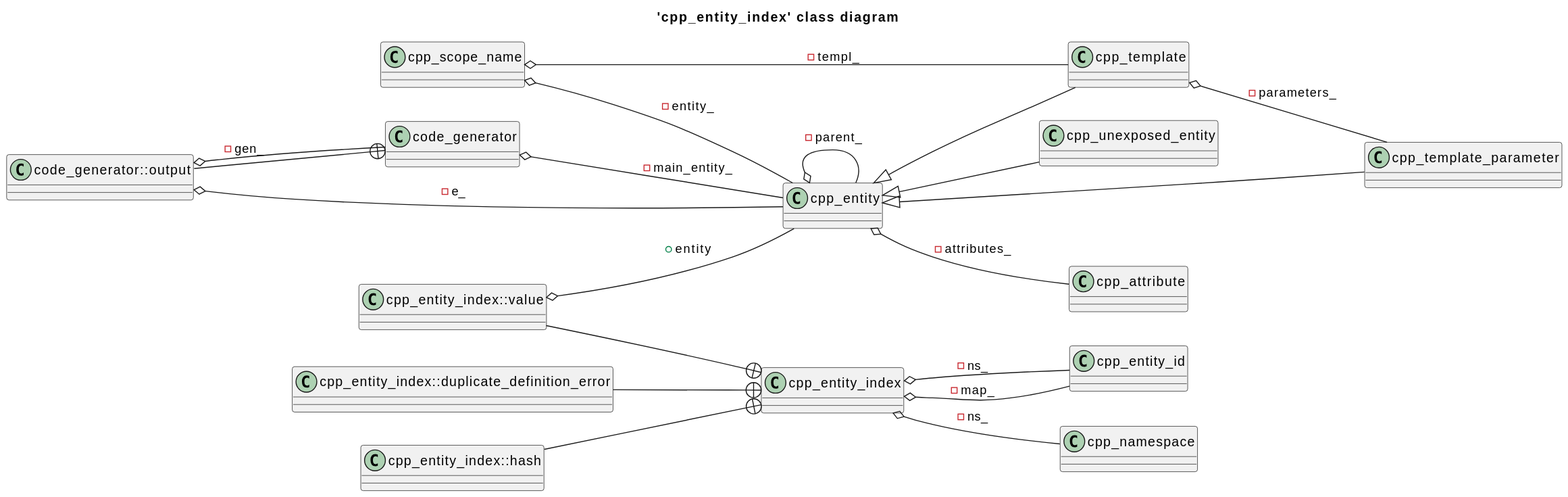
This is cppast/diagrams/cpp_entity_index_class_diagram.svg from bkryza/clang-uml-examples, a PlantUML export, as it was before one commit. Source of this version:
```plantuml
@startuml
title 'cpp_entity_index' class diagram
left to right direction
class "cpp_attribute" as C_0004485257828227364477
class C_0004485257828227364477 [[https://github.com/foonathan/cppast/blob/5329e377ab9b9ab9309e9641f3fcda04366a449a/include/cppast/cpp_attribute.hpp#L42{cpp_attribute}]] {
__
}
class "cpp_scope_name" as C_0013528989159768861052
class C_0013528989159768861052 [[https://github.com/foonathan/cppast/blob/5329e377ab9b9ab9309e9641f3fcda04366a449a/include/cppast/cpp_entity.hpp#L22{cpp_scope_name}]] {
__
}
class "cpp_entity" as C_0014837562978658247224
class C_0014837562978658247224 [[https://github.com/foonathan/cppast/blob/5329e377ab9b9ab9309e9641f3fcda04366a449a/include/cppast/cpp_entity.hpp#L47{cpp_entity}]] {
__
}
class "cpp_unexposed_entity" as C_0011598861676029238614
class C_0011598861676029238614 [[https://github.com/foonathan/cppast/blob/5329e377ab9b9ab9309e9641f3fcda04366a449a/include/cppast/cpp_entity.hpp#L187{cpp_unexposed_entity}]] {
__
}
class "cpp_entity_id" as C_0009218756409310628439
class C_0009218756409310628439 [[https://github.com/foonathan/cppast/blob/5329e377ab9b9ab9309e9641f3fcda04366a449a/include/cppast/cpp_entity_index.hpp#L38{cpp_entity_id}]] {
__
}
class "cpp_entity_index" as C_0015917849809320296332
class C_0015917849809320296332 [[https://github.com/foonathan/cppast/blob/5329e377ab9b9ab9309e9641f3fcda04366a449a/include/cppast/cpp_entity_index.hpp#L58{cpp_entity_index}]] {
__
}
class "cpp_entity_index::duplicate_definition_error" as C_0015916253088811816967
class C_0015916253088811816967 [[https://github.com/foonathan/cppast/blob/5329e377ab9b9ab9309e9641f3fcda04366a449a/include/cppast/cpp_entity_index.hpp#L62{cpp_entity_index::duplicate_definition_error}]] {
__
}
class "cpp_entity_index::hash" as C_0005075454191225961157
class C_0005075454191225961157 [[https://github.com/foonathan/cppast/blob/5329e377ab9b9ab9309e9641f3fcda04366a449a/include/cppast/cpp_entity_index.hpp#L116{cpp_entity_index::hash}]] {
__
}
class "cpp_entity_index::value" as C_0015347669116277710106
class C_0015347669116277710106 [[https://github.com/foonathan/cppast/blob/5329e377ab9b9ab9309e9641f3fcda04366a449a/include/cppast/cpp_entity_index.hpp#L124{cpp_entity_index::value}]] {
__
}
class "code_generator" as C_0005317930743773681966
class C_0005317930743773681966 [[https://github.com/foonathan/cppast/blob/5329e377ab9b9ab9309e9641f3fcda04366a449a/include/cppast/code_generator.hpp#L142{code_generator}]] {
__
}
class "code_generator::output" as C_0001539461946534932835
class C_0001539461946534932835 [[https://github.com/foonathan/cppast/blob/5329e377ab9b9ab9309e9641f3fcda04366a449a/include/cppast/code_generator.hpp#L168{code_generator::output}]] {
__
}
class "cpp_template_parameter" as C_0009267542389196346145
class C_0009267542389196346145 [[https://github.com/foonathan/cppast/blob/5329e377ab9b9ab9309e9641f3fcda04366a449a/include/cppast/cpp_template_parameter.hpp#L17{cpp_template_parameter}]] {
__
}
class "cpp_template" as C_0000056978405368650305
class C_0000056978405368650305 [[https://github.com/foonathan/cppast/blob/5329e377ab9b9ab9309e9641f3fcda04366a449a/include/cppast/cpp_template.hpp#L21{cpp_template}]] {
__
}
class "cpp_namespace" as C_0010549045533069850854
class C_0010549045533069850854 [[https://github.com/foonathan/cppast/blob/5329e377ab9b9ab9309e9641f3fcda04366a449a/include/cppast/cppast_fwd.hpp#L55{cpp_namespace}]] {
__
}
C_0013528989159768861052 o-- C_0014837562978658247224 [[https://github.com/foonathan/cppast/blob/5329e377ab9b9ab9309e9641f3fcda04366a449a/include/cppast/cpp_entity.hpp#L42{entity_}]] : -entity_
C_0013528989159768861052 o-- C_0000056978405368650305 [[https://github.com/foonathan/cppast/blob/5329e377ab9b9ab9309e9641f3fcda04366a449a/include/cppast/cpp_entity.hpp#L43{templ_}]] : -templ_
C_0014837562978658247224 o-- C_0004485257828227364477 [[https://github.com/foonathan/cppast/blob/5329e377ab9b9ab9309e9641f3fcda04366a449a/include/cppast/cpp_entity.hpp#L175{attributes_}]] : -attributes_
C_0014837562978658247224 o-- C_0014837562978658247224 [[https://github.com/foonathan/cppast/blob/5329e377ab9b9ab9309e9641f3fcda04366a449a/include/cppast/cpp_entity.hpp#L176{parent_}]] : -parent_
C_0014837562978658247224 <|-- C_0011598861676029238614
C_0015917849809320296332 o-- C_0009218756409310628439 [[https://github.com/foonathan/cppast/blob/5329e377ab9b9ab9309e9641f3fcda04366a449a/include/cppast/cpp_entity_index.hpp#L135{map_}]] : -map_
C_0015917849809320296332 o-- C_0009218756409310628439 [[https://github.com/foonathan/cppast/blob/5329e377ab9b9ab9309e9641f3fcda04366a449a/include/cppast/cpp_entity_index.hpp#L138{ns_}]] : -ns_
C_0015917849809320296332 o-- C_0010549045533069850854 [[https://github.com/foonathan/cppast/blob/5329e377ab9b9ab9309e9641f3fcda04366a449a/include/cppast/cpp_entity_index.hpp#L138{ns_}]] : -ns_
C_0015916253088811816967 --+ C_0015917849809320296332
C_0005075454191225961157 --+ C_0015917849809320296332
C_0015347669116277710106 --+ C_0015917849809320296332
C_0015347669116277710106 o-- C_0014837562978658247224 [[https://github.com/foonathan/cppast/blob/5329e377ab9b9ab9309e9641f3fcda04366a449a/include/cppast/cpp_entity_index.hpp#L126{entity}]] : +entity
C_0005317930743773681966 o-- C_0014837562978658247224 [[https://github.com/foonathan/cppast/blob/5329e377ab9b9ab9309e9641f3fcda04366a449a/include/cppast/code_generator.hpp#L509{main_entity_}]] : -main_entity_
C_0001539461946534932835 --+ C_0005317930743773681966
C_0001539461946534932835 o-- C_0005317930743773681966 [[https://github.com/foonathan/cppast/blob/5329e377ab9b9ab9309e9641f3fcda04366a449a/include/cppast/code_generator.hpp#L355{gen_}]] : -gen_
C_0001539461946534932835 o-- C_0014837562978658247224 [[https://github.com/foonathan/cppast/blob/5329e377ab9b9ab9309e9641f3fcda04366a449a/include/cppast/code_generator.hpp#L356{e_}]] : -e_
C_0014837562978658247224 <|-- C_0009267542389196346145
C_0000056978405368650305 o-- C_0009267542389196346145 [[https://github.com/foonathan/cppast/blob/5329e377ab9b9ab9309e9641f3fcda04366a449a/include/cppast/cpp_template.hpp#L89{parameters_}]] : -parameters_
C_0014837562978658247224 <|-- C_0000056978405368650305

@enduml
```
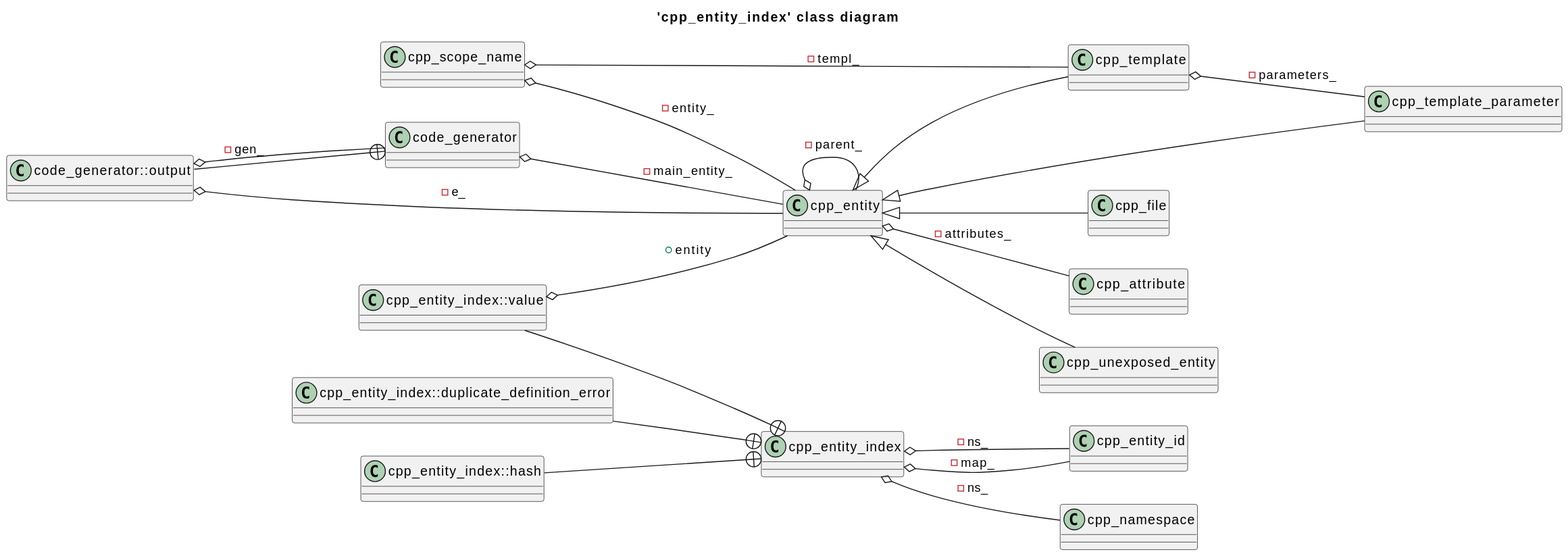
The same file after the commit.

The edit, as a diff of the source:
```diff
@@ -53,6 +53,10 @@
 class C_0000056978405368650305 [[https://github.com/foonathan/cppast/blob/5329e377ab9b9ab9309e9641f3fcda04366a449a/include/cppast/cpp_template.hpp#L21{cpp_template}]] {
 __
 }
+class "cpp_file" as C_0009988748056411922181
+class C_0009988748056411922181 [[https://github.com/foonathan/cppast/blob/5329e377ab9b9ab9309e9641f3fcda04366a449a/include/cppast/cpp_file.hpp#L27{cpp_file}]] {
+__
+}
 class "cpp_namespace" as C_0010549045533069850854
 class C_0010549045533069850854 [[https://github.com/foonathan/cppast/blob/5329e377ab9b9ab9309e9641f3fcda04366a449a/include/cppast/cppast_fwd.hpp#L55{cpp_namespace}]] {
 __
@@ -76,5 +80,6 @@
 C_0014837562978658247224 <|-- C_0009267542389196346145
 C_0000056978405368650305 o-- C_0009267542389196346145 [[https://github.com/foonathan/cppast/blob/5329e377ab9b9ab9309e9641f3fcda04366a449a/include/cppast/cpp_template.hpp#L89{parameters_}]] : -parameters_
 C_0014837562978658247224 <|-- C_0000056978405368650305
+C_0014837562978658247224 <|-- C_0009988748056411922181
 
 @enduml
```
